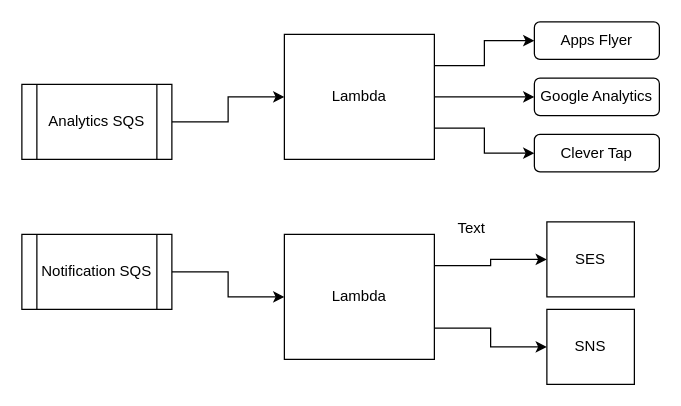
Above: Notificaiton Lambda Architecture.drawio in SujalKokh/architecture-diagrams (draw.io), before the change. Source tidied: cells renumbered, new cells numbered last; positions are measured from the earlier drawing's top-left corner, leaving out a move shared by most shapes. Both pictures are drawn from the tidied source at 125%, with x=0, y=0 at pixel (21, 21).
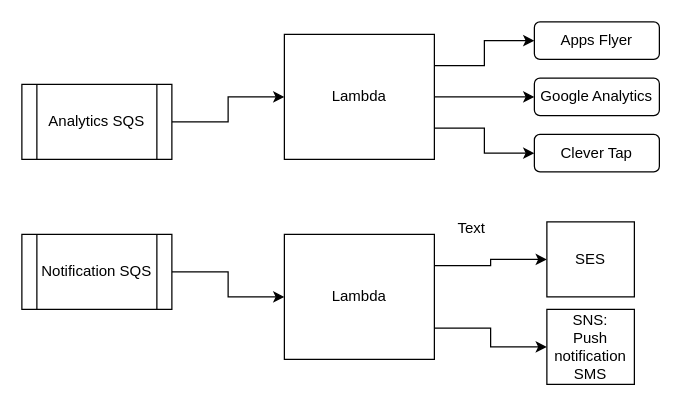
The same diagram, later.

The edit, as a diff of the source:
```diff
@@
 <mxGraphModel>
   <root>
     <mxCell id="0" />
     <mxCell id="1" parent="0" />
     <mxCell id="2" style="edgeStyle=orthogonalEdgeStyle;rounded=0;jettySize=auto;html=1;exitX=1;exitY=0.5;exitDx=0;exitDy=0;" parent="1" edge="1" source="3" target="9">
       <mxGeometry relative="1" as="geometry" />
     </mxCell>
     <mxCell id="3" value="Analytics SQS" style="shape=process;whiteSpace=wrap;html=1;backgroundOutline=1;" parent="1" vertex="1">
       <mxGeometry y="50" width="120" height="60" as="geometry" />
     </mxCell>
     <mxCell id="4" style="edgeStyle=orthogonalEdgeStyle;rounded=0;jettySize=auto;html=1;exitX=1;exitY=0.5;exitDx=0;exitDy=0;" parent="1" edge="1" source="5" target="12">
       <mxGeometry relative="1" as="geometry" />
     </mxCell>
     <mxCell id="5" value="Notification SQS" style="shape=process;whiteSpace=wrap;html=1;backgroundOutline=1;" parent="1" vertex="1">
       <mxGeometry y="170" width="120" height="60" as="geometry" />
     </mxCell>
     <mxCell id="6" style="edgeStyle=orthogonalEdgeStyle;rounded=0;jettySize=auto;html=1;exitX=1;exitY=0.75;exitDx=0;exitDy=0;entryX=0;entryY=0.5;entryDx=0;entryDy=0;" parent="1" edge="1" source="9" target="18">
       <mxGeometry relative="1" as="geometry" />
     </mxCell>
     <mxCell id="7" style="edgeStyle=orthogonalEdgeStyle;rounded=0;jettySize=auto;html=1;exitX=1;exitY=0.25;exitDx=0;exitDy=0;entryX=0;entryY=0.5;entryDx=0;entryDy=0;" parent="1" edge="1" source="9" target="16">
       <mxGeometry relative="1" as="geometry" />
     </mxCell>
     <mxCell id="8" style="edgeStyle=orthogonalEdgeStyle;rounded=0;jettySize=auto;html=1;exitX=1;exitY=0.5;exitDx=0;exitDy=0;entryX=0;entryY=0.5;entryDx=0;entryDy=0;" parent="1" edge="1" source="9" target="17">
       <mxGeometry relative="1" as="geometry" />
     </mxCell>
     <mxCell id="9" value="Lambda" style="rounded=0;whiteSpace=wrap;html=1;" parent="1" vertex="1">
       <mxGeometry x="210" y="10" width="120" height="100" as="geometry" />
     </mxCell>
     <mxCell id="10" style="edgeStyle=orthogonalEdgeStyle;rounded=0;jettySize=auto;html=1;exitX=1;exitY=0.25;exitDx=0;exitDy=0;" parent="1" edge="1" source="12" target="13">
       <mxGeometry relative="1" as="geometry" />
     </mxCell>
     <mxCell id="11" style="edgeStyle=orthogonalEdgeStyle;rounded=0;jettySize=auto;html=1;exitX=1;exitY=0.75;exitDx=0;exitDy=0;entryX=0;entryY=0.5;entryDx=0;entryDy=0;" parent="1" edge="1" source="12" target="14">
       <mxGeometry relative="1" as="geometry" />
     </mxCell>
     <mxCell id="12" value="Lambda" style="rounded=0;whiteSpace=wrap;html=1;" parent="1" vertex="1">
       <mxGeometry x="210" y="170" width="120" height="100" as="geometry" />
     </mxCell>
     <mxCell id="13" value="SES" style="rounded=0;whiteSpace=wrap;html=1;" parent="1" vertex="1">
       <mxGeometry x="420" y="160" width="70" height="60" as="geometry" />
     </mxCell>
-    <mxCell id="14" value="SNS" style="rounded=0;whiteSpace=wrap;html=1;" parent="1" vertex="1">
+    <mxCell id="14" value="SNS:&lt;br&gt;Push notification&lt;br&gt;SMS" style="rounded=0;whiteSpace=wrap;html=1;" parent="1" vertex="1">
       <mxGeometry x="420" y="230" width="70" height="60" as="geometry" />
     </mxCell>
     <mxCell id="15" value="Text" style="text;html=1;strokeColor=none;fillColor=none;align=center;verticalAlign=middle;whiteSpace=wrap;rounded=0;" parent="1" vertex="1">
       <mxGeometry x="330" y="150" width="60" height="30" as="geometry" />
     </mxCell>
     <mxCell id="16" value="Apps Flyer" style="rounded=1;whiteSpace=wrap;html=1;" parent="1" vertex="1">
       <mxGeometry x="410" width="100" height="30" as="geometry" />
     </mxCell>
     <mxCell id="17" value="Google Analytics" style="rounded=1;whiteSpace=wrap;html=1;" parent="1" vertex="1">
       <mxGeometry x="410" y="45" width="100" height="30" as="geometry" />
     </mxCell>
     <mxCell id="18" value="Clever Tap" style="rounded=1;whiteSpace=wrap;html=1;" parent="1" vertex="1">
       <mxGeometry x="410" y="90" width="100" height="30" as="geometry" />
     </mxCell>
   </root>
 </mxGraphModel>
```
